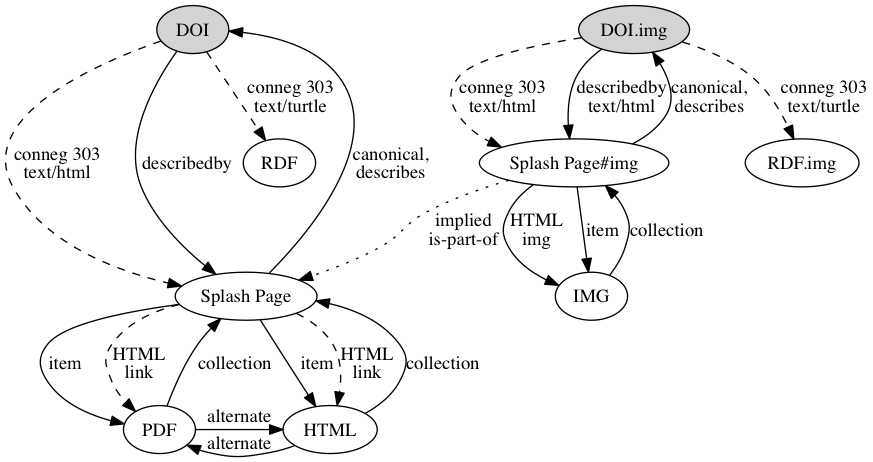
Earlier version of the Graphviz export plos_with_component_image.png (zimeon/signposting). Its source is kept beside it as plos_with_component_image.dot.
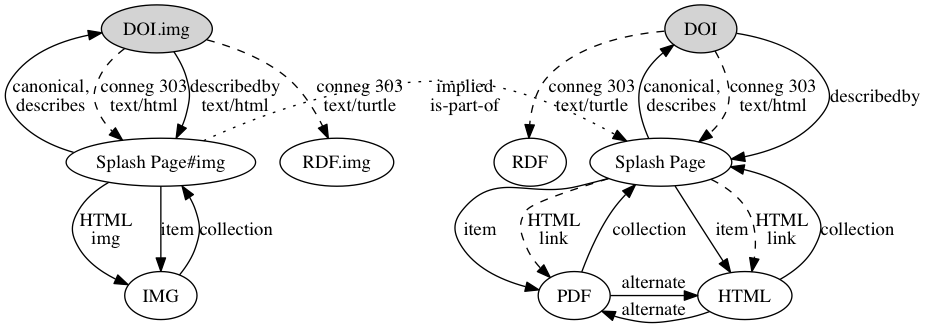
The same file after the commit.

What changed in the source:
```diff
@@ -22,5 +22,6 @@
   "Splash Page#img" -> "Splash Page" [ style=dotted, label="implied\nis-part-of" ]
   IMG -> "Splash Page#img" [ label="collection" ]
   { rank = "same" {DOI "DOI.img"} }
+  { rank = "same" {"Splash Page" "Splash Page#img"} }
   { rank = "same" {PDF HTML} }
 }
```
